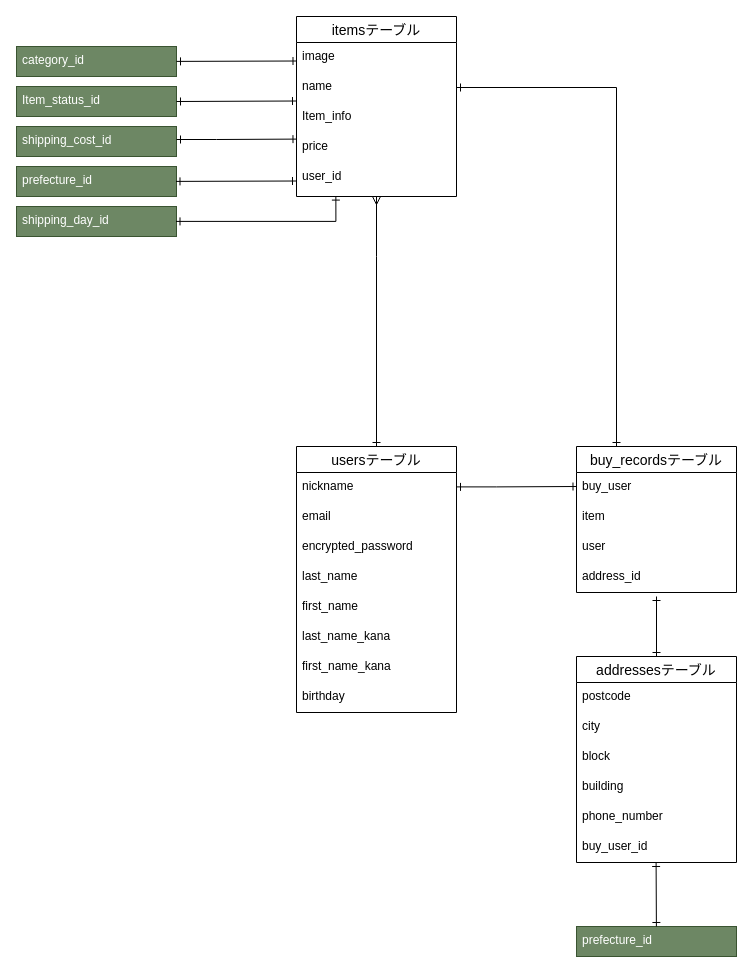
Above: datebase.dio in nayuta-ichino/furima-30306 (draw.io), before the change. Source tidied: cells renumbered, new cells numbered last; positions are measured from the earlier drawing's top-left corner, leaving out a move shared by most shapes. Both pictures are drawn from the tidied source at 100%, with x=0, y=0 at pixel (16, 16).
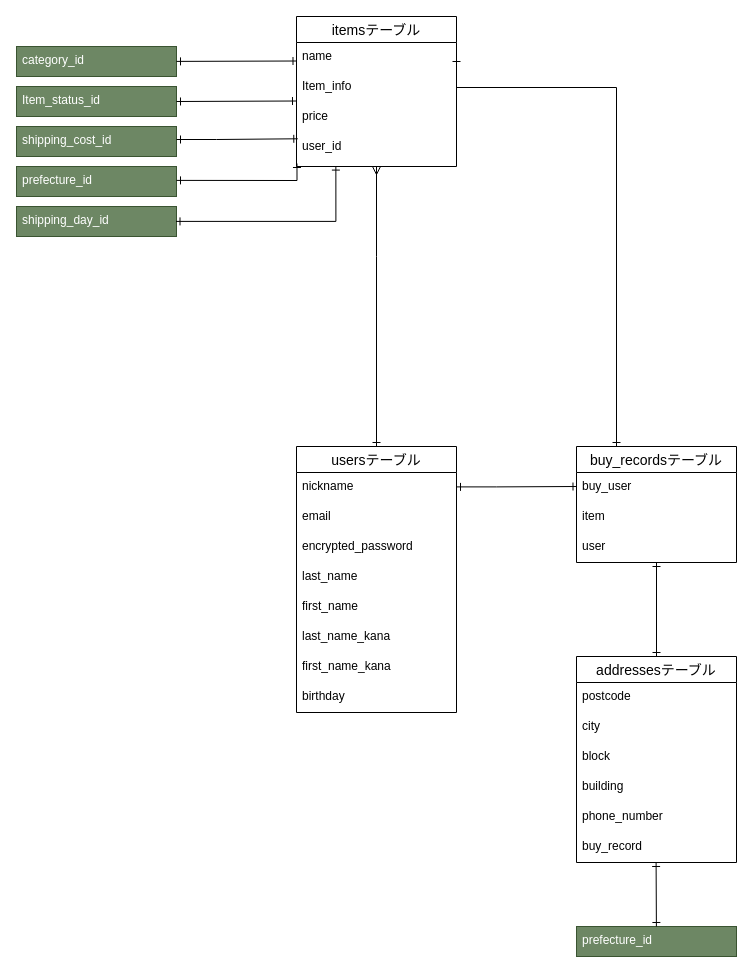
Above is the later version.

The change refers to these unchanged cells:
```xml
<mxCell id="12" value="addressesテーブル" style="swimlane;fontStyle=0;horizontal=1;startSize=26;align=center;fontSize=14;" parent="1" vertex="1">
  <mxGeometry x="560" y="640" width="160" height="206" as="geometry" />
</mxCell>
<mxCell id="22" value="user" style="text;strokeColor=none;fillColor=none;spacingLeft=4;spacingRight=4;overflow=hidden;points=[[0,0.5],[1,0.5]];portConstraint=eastwest;fontSize=12;" parent="19" vertex="1">
  <mxGeometry y="86" width="160" height="30" as="geometry" />
</mxCell>
```

Change to the diagram source:
```diff
@@
-    <mxCell id="18" value="buy_user_id" style="text;strokeColor=none;fillColor=none;spacingLeft=4;spacingRight=4;overflow=hidden;fontSize=12;" parent="12" vertex="1">
+    <mxCell id="18" value="buy_record" style="text;strokeColor=none;fillColor=none;spacingLeft=4;spacingRight=4;overflow=hidden;fontSize=12;" parent="12" vertex="1">
       <mxGeometry y="176" width="160" height="30" as="geometry" />
     </mxCell>
     <mxCell id="19" value="buy_recordsテーブル" style="swimlane;fontStyle=0;horizontal=1;startSize=26;align=center;fontSize=14;" parent="1" vertex="1">
-      <mxGeometry x="560" y="430" width="160" height="146" as="geometry" />
+      <mxGeometry x="560" y="430" width="160" height="116" as="geometry" />
     </mxCell>
@@
-    <mxCell id="23" value="address_id" style="text;strokeColor=none;fillColor=none;spacingLeft=4;spacingRight=4;overflow=hidden;fontSize=12;" parent="19" vertex="1">
-      <mxGeometry y="116" width="160" height="30" as="geometry" />
-    </mxCell>
     <mxCell id="24" value="itemsテーブル" style="swimlane;fontStyle=0;horizontal=1;startSize=26;align=center;fontSize=14;" parent="1" vertex="1">
-      <mxGeometry x="280" width="160" height="180" as="geometry" />
+      <mxGeometry x="280" width="160" height="150" as="geometry" />
     </mxCell>
-    <mxCell id="25" value="image" style="text;strokeColor=none;fillColor=none;spacingLeft=4;spacingRight=4;overflow=hidden;fontSize=12;" parent="24" vertex="1">
-      <mxGeometry y="26" width="160" height="30" as="geometry" />
-    </mxCell>
     <mxCell id="26" value="name" style="text;strokeColor=none;fillColor=none;spacingLeft=4;spacingRight=4;overflow=hidden;points=[[0,0.5],[1,0.5]];portConstraint=eastwest;fontSize=12;" parent="24" vertex="1">
-      <mxGeometry y="56" width="160" height="30" as="geometry" />
+      <mxGeometry y="26" width="160" height="30" as="geometry" />
     </mxCell>
     <mxCell id="27" value="Item_info" style="text;strokeColor=none;fillColor=none;spacingLeft=4;spacingRight=4;overflow=hidden;fontSize=12;" parent="24" vertex="1">
-      <mxGeometry y="86" width="160" height="30" as="geometry" />
+      <mxGeometry y="56" width="160" height="30" as="geometry" />
     </mxCell>
     <mxCell id="28" value="price" style="text;strokeColor=none;fillColor=none;spacingLeft=4;spacingRight=4;overflow=hidden;points=[[0,0.5],[1,0.5]];portConstraint=eastwest;fontSize=12;" parent="24" vertex="1">
-      <mxGeometry y="116" width="160" height="30" as="geometry" />
+      <mxGeometry y="86" width="160" height="30" as="geometry" />
     </mxCell>
     <mxCell id="29" value="user_id" style="text;strokeColor=none;fillColor=none;spacingLeft=4;spacingRight=4;overflow=hidden;points=[[0,0.5],[1,0.5]];portConstraint=eastwest;fontSize=12;" parent="24" vertex="1">
-      <mxGeometry y="146" width="160" height="34" as="geometry" />
+      <mxGeometry y="116" width="160" height="34" as="geometry" />
     </mxCell>
@@
-    <mxCell id="37" style="rounded=0;jettySize=auto;html=1;strokeWidth=1;endArrow=ERone;endFill=0;startArrow=ERone;startFill=0;entryX=0.003;entryY=0.22;entryDx=0;entryDy=0;entryPerimeter=0;" parent="1" edge="1" target="28">
+    <mxCell id="37" style="rounded=0;jettySize=auto;html=1;strokeWidth=1;endArrow=ERone;endFill=0;startArrow=ERone;startFill=0;entryX=0.008;entryY=0.185;entryDx=0;entryDy=0;entryPerimeter=0;" parent="1" edge="1" target="29">
       <mxGeometry relative="1" as="geometry">
         <mxPoint x="160" y="123" as="sourcePoint" />
         <Array as="points">
           <mxPoint x="200" y="123" />
         </Array>
       </mxGeometry>
     </mxCell>
-    <mxCell id="38" style="rounded=0;orthogonalLoop=1;jettySize=auto;html=1;strokeWidth=1;endArrow=ERone;endFill=0;startArrow=ERone;startFill=0;entryX=0.003;entryY=0.22;entryDx=0;entryDy=0;entryPerimeter=0;" parent="1" edge="1">
+    <mxCell id="38" style="rounded=0;jettySize=auto;html=1;strokeWidth=1;endArrow=ERone;endFill=0;startArrow=ERone;startFill=0;entryX=0.003;entryY=0.912;entryDx=0;entryDy=0;entryPerimeter=0;" parent="1" edge="1" target="29">
       <mxGeometry relative="1" as="geometry">
-        <mxPoint x="159.5" y="164.9" as="sourcePoint" />
-        <mxPoint x="280" y="164.5" as="targetPoint" />
+        <mxPoint x="160" y="163.9" as="sourcePoint" />
+        <Array as="points">
+          <mxPoint x="280.5" y="164" />
+        </Array>
       </mxGeometry>
     </mxCell>
@@
-    <mxCell id="43" style="rounded=0;orthogonalLoop=1;jettySize=auto;html=1;strokeWidth=1;endArrow=ERone;endFill=0;startArrow=ERone;startFill=0;" parent="1" edge="1">
+    <mxCell id="43" style="rounded=0;jettySize=auto;html=1;strokeWidth=1;endArrow=ERone;endFill=0;startArrow=ERone;startFill=0;" parent="1" edge="1" target="22">
       <mxGeometry relative="1" as="geometry">
         <mxPoint x="640" y="640" as="sourcePoint" />
-        <mxPoint x="640" y="580" as="targetPoint" />
       </mxGeometry>
     </mxCell>
```
